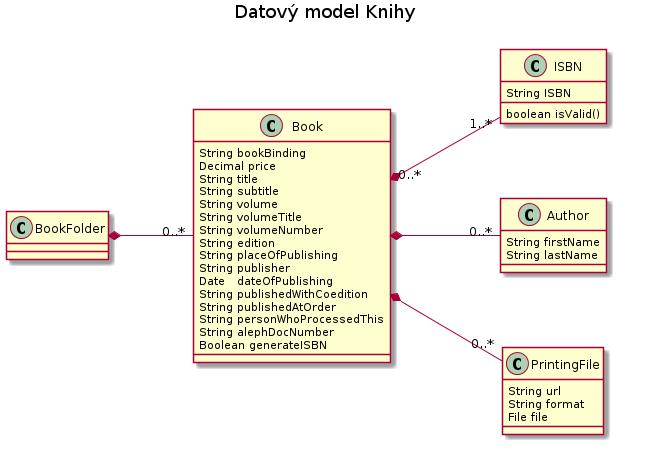
This is docs/dm04.png from edeposit/edeposit, a PlantUML export, as it was before one commit.
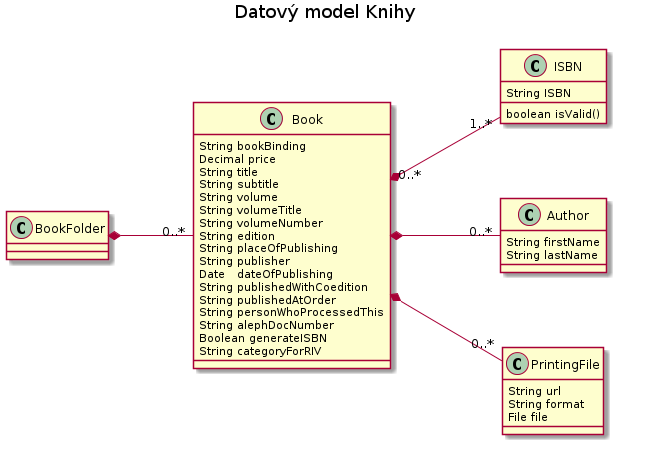
Above is the later version.

Commit message:
added categoryForRIV attribute

The edit, as a diff of the source:
```diff
@@ -36,6 +36,7 @@
       String personWhoProcessedThis
       String alephDocNumber
       Boolean generateISBN
+      String categoryForRIV
 }
 
 class BookFolder {
```
